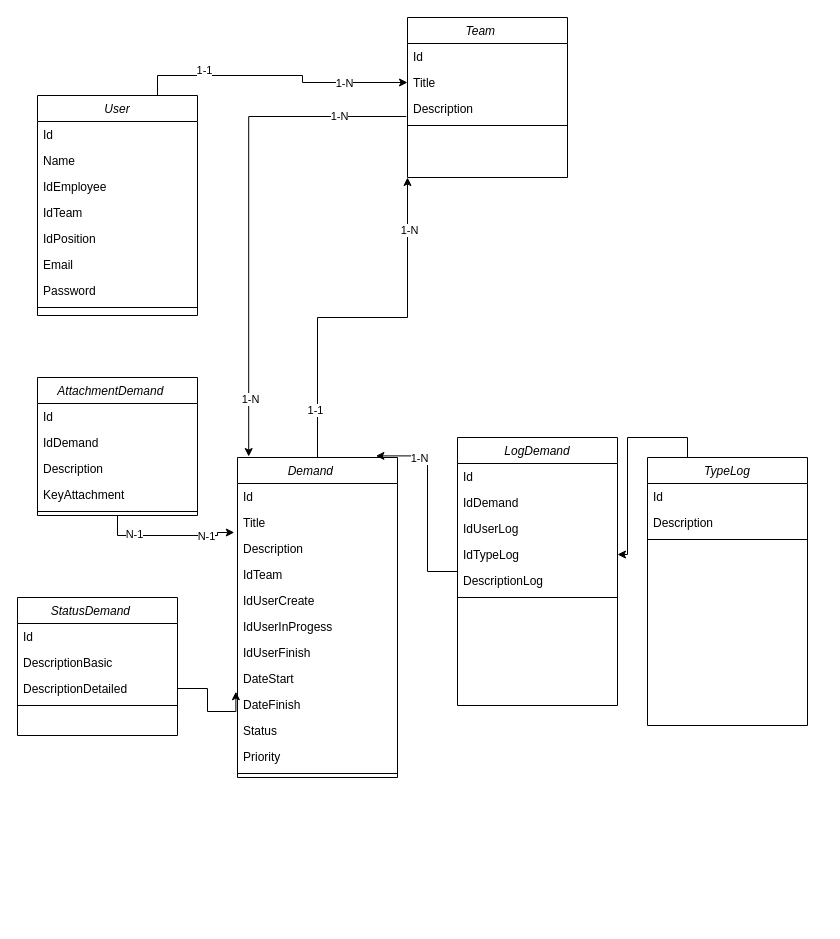
MarcusCaixeta/TaskHub keeps this draw.io diagram as Documentação/Classe.drawio. Above is the earlier version. Source tidied: cells renumbered, new cells numbered last; positions are measured from the earlier drawing's top-left corner, leaving out a move shared by most shapes. Both pictures are drawn from the tidied source at 100%, with x=0, y=0 at pixel (17, 17).
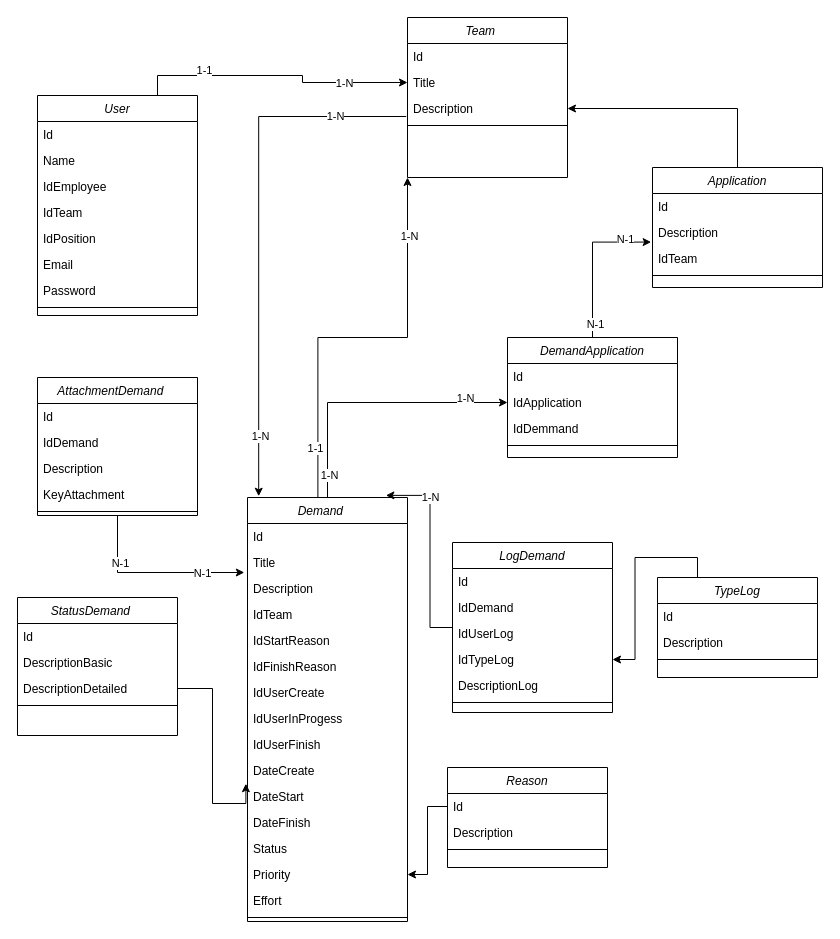
Above is the later version.

The change refers to these unchanged cells:
```xml
<mxCell id="44" value="Team    " style="swimlane;fontStyle=2;align=center;verticalAlign=top;horizontal=1;startSize=26;rounded=0;shadow=0;strokeWidth=1;" parent="1" vertex="1">
  <mxGeometry x="390" width="160" height="160" as="geometry" />
</mxCell>
<mxCell id="47" value="Description" style="text;align=left;verticalAlign=top;spacingLeft=4;spacingRight=4;overflow=hidden;points=[[0,0.5],[1,0.5]];portConstraint=eastwest;" parent="44" vertex="1">
  <mxGeometry y="78" width="160" height="26" as="geometry" />
</mxCell>
```

Diff of the diagram source:
```diff
@@
-    <mxCell id="2" style="edgeStyle=orthogonalEdgeStyle;rounded=0;jettySize=auto;html=1;exitX=0.5;exitY=0;exitDx=0;exitDy=0;entryX=0;entryY=1;entryDx=0;entryDy=0;" parent="1" edge="1" source="5" target="44">
+    <mxCell id="2" style="edgeStyle=orthogonalEdgeStyle;rounded=0;jettySize=auto;html=1;exitX=0.44;exitY=0.011;exitDx=0;exitDy=0;exitPerimeter=0;entryX=0;entryY=1;entryDx=0;entryDy=0;" parent="1" edge="1" source="5" target="44">
       <mxGeometry relative="1" as="geometry" />
     </mxCell>
@@
+    <mxCell id="67" style="edgeStyle=orthogonalEdgeStyle;rounded=0;jettySize=auto;html=1;entryX=0;entryY=0.5;entryDx=0;entryDy=0;" parent="1" edge="1" source="5" target="87">
+      <mxGeometry relative="1" as="geometry" />
+    </mxCell>
+    <mxCell id="68" value="1-N" style="edgeLabel;html=1;align=center;verticalAlign=middle;" parent="67" vertex="1">
+      <mxGeometry x="0.69" y="5" relative="1" as="geometry" />
+    </mxCell>
+    <mxCell id="69" value="1-N" style="edgeLabel;html=1;align=center;verticalAlign=middle;" parent="67" vertex="1">
+      <mxGeometry x="-0.83" y="-1" relative="1" as="geometry" />
+    </mxCell>
     <mxCell id="5" value="Demand    " style="swimlane;fontStyle=2;align=center;verticalAlign=top;horizontal=1;startSize=26;rounded=0;shadow=0;strokeWidth=1;" parent="1" vertex="1">
-      <mxGeometry x="220" y="440" width="160" height="320" as="geometry" />
+      <mxGeometry x="230" y="480" width="160" height="424" as="geometry" />
     </mxCell>
@@
+    <mxCell id="70" value="IdStartReason&#10;" style="text;align=left;verticalAlign=top;spacingLeft=4;spacingRight=4;overflow=hidden;" parent="5" vertex="1">
+      <mxGeometry y="130" width="160" height="26" as="geometry" />
+    </mxCell>
+    <mxCell id="71" value="IdFinishReason&#10;&#10;" style="text;align=left;verticalAlign=top;spacingLeft=4;spacingRight=4;overflow=hidden;" parent="5" vertex="1">
+      <mxGeometry y="156" width="160" height="26" as="geometry" />
+    </mxCell>
     <mxCell id="10" value="IdUserCreate" style="text;align=left;verticalAlign=top;spacingLeft=4;spacingRight=4;overflow=hidden;rounded=0;shadow=0;html=0;" parent="5" vertex="1">
-      <mxGeometry y="130" width="160" height="26" as="geometry" />
+      <mxGeometry y="182" width="160" height="26" as="geometry" />
     </mxCell>
     <mxCell id="11" value="IdUserInProgess    " style="text;align=left;verticalAlign=top;spacingLeft=4;spacingRight=4;overflow=hidden;rounded=0;shadow=0;html=0;" parent="5" vertex="1">
-      <mxGeometry y="156" width="160" height="26" as="geometry" />
+      <mxGeometry y="208" width="160" height="26" as="geometry" />
     </mxCell>
     <mxCell id="12" value="IdUserFinish&#10;    &#10;" style="text;align=left;verticalAlign=top;spacingLeft=4;spacingRight=4;overflow=hidden;rounded=0;shadow=0;html=0;" parent="5" vertex="1">
-      <mxGeometry y="182" width="160" height="26" as="geometry" />
+      <mxGeometry y="234" width="160" height="26" as="geometry" />
     </mxCell>
-    <mxCell id="13" value="DateStart" style="text;align=left;verticalAlign=top;spacingLeft=4;spacingRight=4;overflow=hidden;points=[[0,0.5],[1,0.5]];portConstraint=eastwest;rounded=0;shadow=0;html=0;" parent="5" vertex="1">
-      <mxGeometry y="208" width="160" height="26" as="geometry" />
+    <mxCell id="13" value="DateCreate    " style="text;align=left;verticalAlign=top;spacingLeft=4;spacingRight=4;overflow=hidden;points=[[0,0.5],[1,0.5]];portConstraint=eastwest;rounded=0;shadow=0;html=0;" parent="5" vertex="1">
+      <mxGeometry y="260" width="160" height="26" as="geometry" />
     </mxCell>
+    <mxCell id="72" value="DateStart" style="text;align=left;verticalAlign=top;spacingLeft=4;spacingRight=4;overflow=hidden;rounded=0;shadow=0;html=0;" parent="5" vertex="1">
+      <mxGeometry y="286" width="160" height="26" as="geometry" />
+    </mxCell>
     <mxCell id="14" value="DateFinish    " style="text;align=left;verticalAlign=top;spacingLeft=4;spacingRight=4;overflow=hidden;" parent="5" vertex="1">
-      <mxGeometry y="234" width="160" height="26" as="geometry" />
+      <mxGeometry y="312" width="160" height="26" as="geometry" />
     </mxCell>
     <mxCell id="15" value="Status" style="text;align=left;verticalAlign=top;spacingLeft=4;spacingRight=4;overflow=hidden;" parent="5" vertex="1">
-      <mxGeometry y="260" width="160" height="26" as="geometry" />
+      <mxGeometry y="338" width="160" height="26" as="geometry" />
     </mxCell>
     <mxCell id="16" value="Priority" style="text;align=left;verticalAlign=top;spacingLeft=4;spacingRight=4;overflow=hidden;points=[[0,0.5],[1,0.5]];portConstraint=eastwest;" parent="5" vertex="1">
-      <mxGeometry y="286" width="160" height="26" as="geometry" />
+      <mxGeometry y="364" width="160" height="26" as="geometry" />
     </mxCell>
+    <mxCell id="73" value="Effort    " style="text;align=left;verticalAlign=top;spacingLeft=4;spacingRight=4;overflow=hidden;" parent="5" vertex="1">
+      <mxGeometry y="390" width="160" height="26" as="geometry" />
+    </mxCell>
     <mxCell id="17" style="line;html=1;strokeWidth=1;align=left;verticalAlign=middle;spacingTop=-1;spacingLeft=3;spacingRight=3;labelPosition=right;" parent="5" vertex="1">
-      <mxGeometry y="312" width="160" height="8" as="geometry" />
+      <mxGeometry y="416" width="160" height="8" as="geometry" />
     </mxCell>
@@
     <mxCell id="30" value="LogDemand&#10;" style="swimlane;fontStyle=2;align=center;verticalAlign=top;horizontal=1;startSize=26;rounded=0;shadow=0;strokeWidth=1;" parent="1" vertex="1">
-      <mxGeometry x="440" y="420" width="160" height="268" as="geometry" />
+      <mxGeometry x="435" y="525" width="160" height="170" as="geometry" />
     </mxCell>
@@
     <mxCell id="40" value="TypeLog&#10;&#10;" style="swimlane;fontStyle=2;align=center;verticalAlign=top;horizontal=1;startSize=26;rounded=0;shadow=0;strokeWidth=1;" parent="1" vertex="1">
-      <mxGeometry x="630" y="440" width="160" height="268" as="geometry" />
+      <mxGeometry x="640" y="560" width="160" height="100" as="geometry" />
     </mxCell>
@@
+    <mxCell id="74" value="Reason" style="swimlane;fontStyle=2;align=center;verticalAlign=top;horizontal=1;startSize=26;rounded=0;shadow=0;strokeWidth=1;" parent="1" vertex="1">
+      <mxGeometry x="430" y="750" width="160" height="100" as="geometry" />
+    </mxCell>
+    <mxCell id="75" value="Id" style="text;align=left;verticalAlign=top;spacingLeft=4;spacingRight=4;overflow=hidden;points=[[0,0.5],[1,0.5]];portConstraint=eastwest;" parent="74" vertex="1">
+      <mxGeometry y="26" width="160" height="26" as="geometry" />
+    </mxCell>
+    <mxCell id="76" value="Description" style="text;align=left;verticalAlign=top;spacingLeft=4;spacingRight=4;overflow=hidden;rounded=0;shadow=0;html=0;" parent="74" vertex="1">
+      <mxGeometry y="52" width="160" height="26" as="geometry" />
+    </mxCell>
+    <mxCell id="77" style="line;html=1;strokeWidth=1;align=left;verticalAlign=middle;spacingTop=-1;spacingLeft=3;spacingRight=3;labelPosition=right;" parent="74" vertex="1">
+      <mxGeometry y="78" width="160" height="8" as="geometry" />
+    </mxCell>
+    <mxCell id="78" style="edgeStyle=orthogonalEdgeStyle;rounded=0;jettySize=auto;html=1;exitX=0;exitY=0.5;exitDx=0;exitDy=0;entryX=1;entryY=0.5;entryDx=0;entryDy=0;" parent="1" edge="1" source="75" target="16">
+      <mxGeometry relative="1" as="geometry" />
+    </mxCell>
+    <mxCell id="79" style="edgeStyle=orthogonalEdgeStyle;rounded=0;jettySize=auto;html=1;entryX=1;entryY=0.5;entryDx=0;entryDy=0;" parent="1" edge="1" source="80" target="47">
+      <mxGeometry relative="1" as="geometry" />
+    </mxCell>
+    <mxCell id="80" value="Application&#10;" style="swimlane;fontStyle=2;align=center;verticalAlign=top;horizontal=1;startSize=26;rounded=0;shadow=0;strokeWidth=1;" parent="1" vertex="1">
+      <mxGeometry x="635" y="150" width="170" height="120" as="geometry" />
+    </mxCell>
+    <mxCell id="81" value="Id" style="text;align=left;verticalAlign=top;spacingLeft=4;spacingRight=4;overflow=hidden;" parent="80" vertex="1">
+      <mxGeometry y="26" width="170" height="26" as="geometry" />
+    </mxCell>
+    <mxCell id="82" value="Description" style="text;align=left;verticalAlign=top;spacingLeft=4;spacingRight=4;overflow=hidden;rounded=0;shadow=0;html=0;" parent="80" vertex="1">
+      <mxGeometry y="52" width="170" height="26" as="geometry" />
+    </mxCell>
+    <mxCell id="83" value="IdTeam" style="text;align=left;verticalAlign=top;spacingLeft=4;spacingRight=4;overflow=hidden;points=[[0,0.5],[1,0.5]];portConstraint=eastwest;rounded=0;shadow=0;html=0;" parent="80" vertex="1">
+      <mxGeometry y="78" width="170" height="26" as="geometry" />
+    </mxCell>
+    <mxCell id="84" style="line;html=1;strokeWidth=1;align=left;verticalAlign=middle;spacingTop=-1;spacingLeft=3;spacingRight=3;labelPosition=right;" parent="80" vertex="1">
+      <mxGeometry y="104" width="170" height="8" as="geometry" />
+    </mxCell>
+    <mxCell id="85" value="DemandApplication&#10;&#10;" style="swimlane;fontStyle=2;align=center;verticalAlign=top;horizontal=1;startSize=26;rounded=0;shadow=0;strokeWidth=1;" parent="1" vertex="1">
+      <mxGeometry x="490" y="320" width="170" height="120" as="geometry" />
+    </mxCell>
+    <mxCell id="86" value="Id" style="text;align=left;verticalAlign=top;spacingLeft=4;spacingRight=4;overflow=hidden;" parent="85" vertex="1">
+      <mxGeometry y="26" width="170" height="26" as="geometry" />
+    </mxCell>
+    <mxCell id="87" value="IdApplication    " style="text;align=left;verticalAlign=top;spacingLeft=4;spacingRight=4;overflow=hidden;points=[[0,0.5],[1,0.5]];portConstraint=eastwest;rounded=0;shadow=0;html=0;" parent="85" vertex="1">
+      <mxGeometry y="52" width="170" height="26" as="geometry" />
+    </mxCell>
+    <mxCell id="88" value="IdDemmand" style="text;align=left;verticalAlign=top;spacingLeft=4;spacingRight=4;overflow=hidden;rounded=0;shadow=0;html=0;" parent="85" vertex="1">
+      <mxGeometry y="78" width="170" height="26" as="geometry" />
+    </mxCell>
+    <mxCell id="89" style="line;html=1;strokeWidth=1;align=left;verticalAlign=middle;spacingTop=-1;spacingLeft=3;spacingRight=3;labelPosition=right;" parent="85" vertex="1">
+      <mxGeometry y="104" width="170" height="8" as="geometry" />
+    </mxCell>
+    <mxCell id="90" style="edgeStyle=orthogonalEdgeStyle;rounded=0;jettySize=auto;html=1;entryX=-0.008;entryY=-0.131;entryDx=0;entryDy=0;entryPerimeter=0;" parent="1" edge="1" source="85" target="83">
+      <mxGeometry relative="1" as="geometry" />
+    </mxCell>
+    <mxCell id="91" value="N-1" style="edgeLabel;html=1;align=center;verticalAlign=middle;" parent="90" vertex="1">
+      <mxGeometry x="-0.82" y="-2" relative="1" as="geometry" />
+    </mxCell>
+    <mxCell id="92" value="N&lt;span style=&quot;background-color: light-dark(#ffffff, var(--ge-dark-color, #121212)); color: light-dark(rgb(0, 0, 0), rgb(255, 255, 255));&quot;&gt;-1&lt;/span&gt;" style="edgeLabel;html=1;align=center;verticalAlign=middle;" parent="90" vertex="1">
+      <mxGeometry x="0.66" y="3" relative="1" as="geometry" />
+    </mxCell>
```
